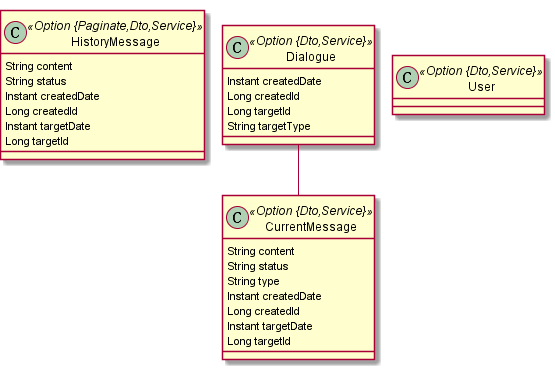
Earlier version of the PlantUML export docs/jdl/im.png (dongyanghe/eikesi).
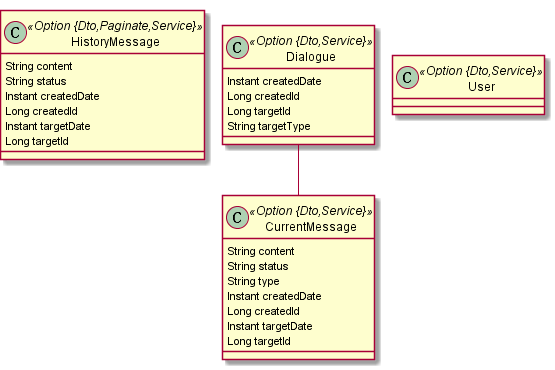
The same diagram one commit later.

Diff of the diagram source:
```diff
@@ -1,7 +1,7 @@
 @startuml
 	!pragma graphviz_dot jdot
 	!pragma syntax class
-	class HistoryMessage <<Option {Paginate,Dto,Service}>> {
+	class HistoryMessage <<Option {Dto,Paginate,Service}>> {
 		String content
 		String status
 		Instant createdDate
```
